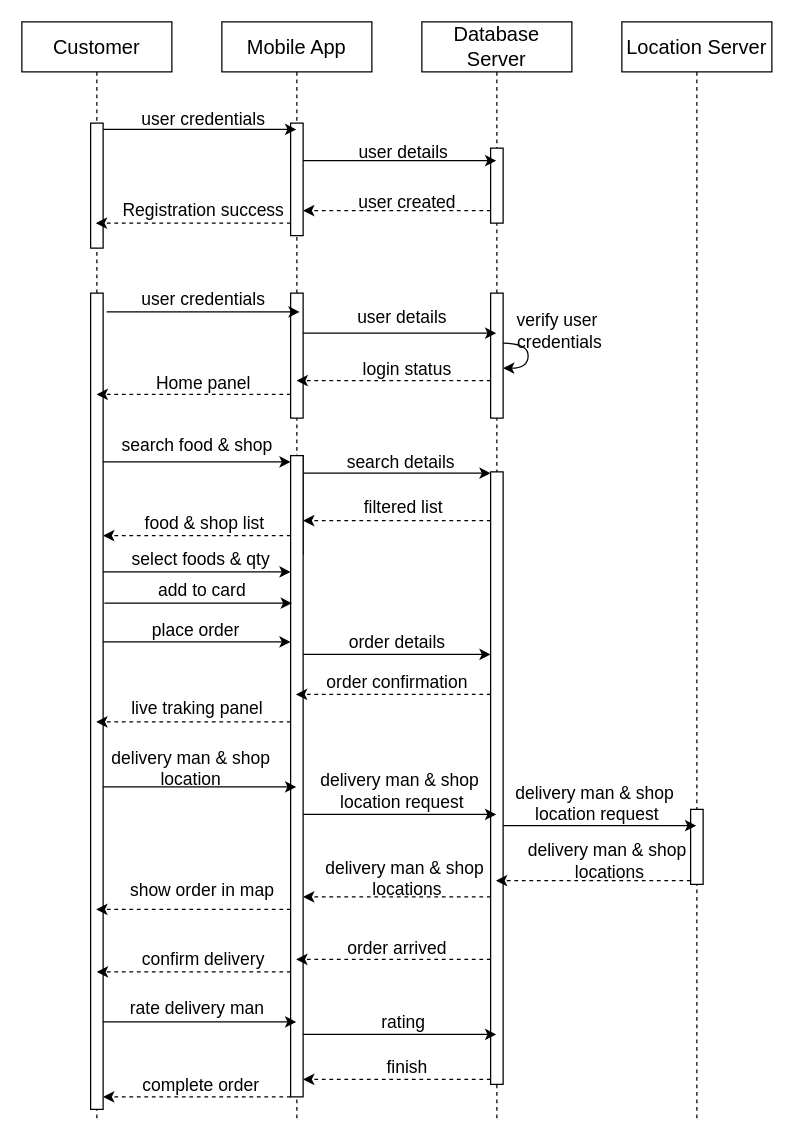
MR-FARVEES/system-design-assignment keeps this draw.io diagram as page "Sequence for Customer" (1 of 2) of Squence.dio. Above is the earlier version. Source tidied: cells renumbered, new cells numbered last; positions are measured from the earlier drawing's top-left corner, leaving out a move shared by most shapes. Both pictures are drawn from the tidied source at 125%, with x=0, y=0 at pixel (21, 21).
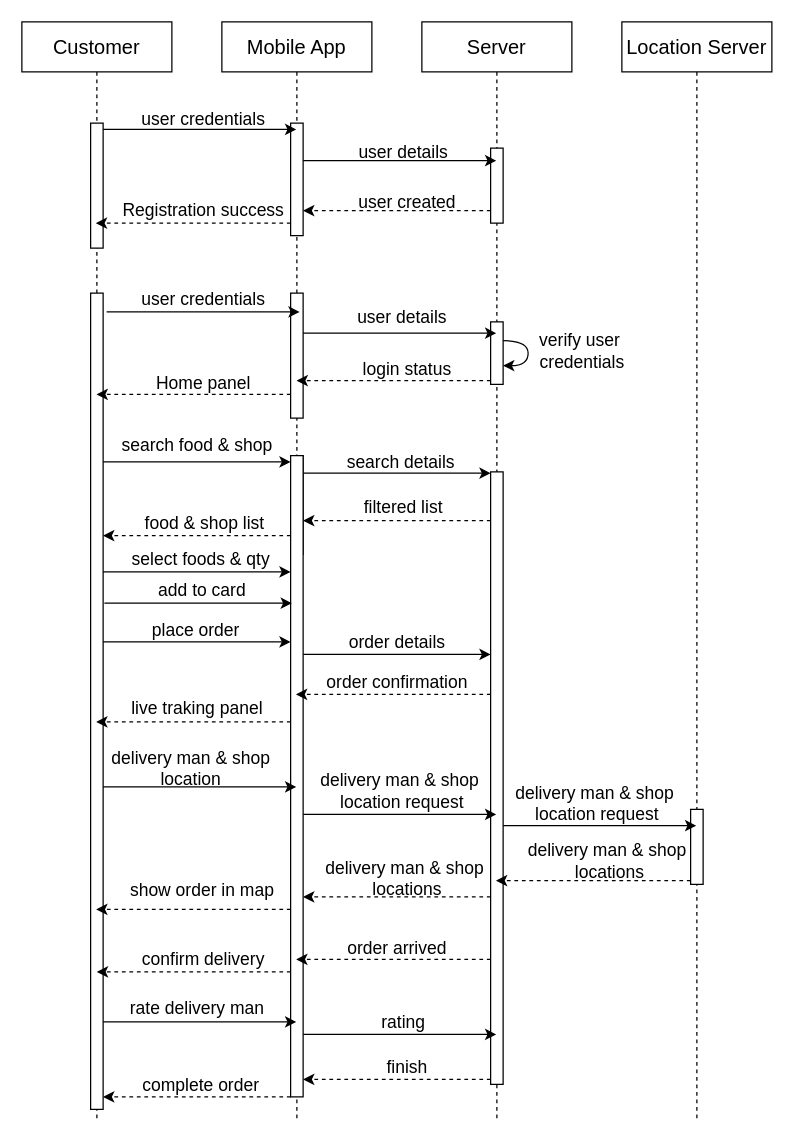
Above is the later version.

Commit message:
seller sequence

Change to the diagram source:
```diff
@@
-    <mxCell id="5" value="&lt;div&gt;Database&lt;/div&gt;Server" style="shape=umlLifeline;perimeter=lifelinePerimeter;whiteSpace=wrap;html=1;newEdgeStyle={&quot;edgeStyle&quot;:&quot;elbowEdgeStyle&quot;,&quot;elbow&quot;:&quot;vertical&quot;,&quot;curved&quot;:0,&quot;rounded&quot;:0};fontSize=16;" parent="1" vertex="1">
+    <mxCell id="5" value="&lt;div&gt;Server&lt;/div&gt;" style="shape=umlLifeline;perimeter=lifelinePerimeter;whiteSpace=wrap;html=1;newEdgeStyle={&quot;edgeStyle&quot;:&quot;elbowEdgeStyle&quot;,&quot;elbow&quot;:&quot;vertical&quot;,&quot;curved&quot;:0,&quot;rounded&quot;:0};fontSize=16;" parent="1" vertex="1">
       <mxGeometry x="320" width="120" height="880" as="geometry" />
     </mxCell>
@@
     <mxCell id="7" style="html=1;points=[[0,0,0,0,5],[0,1,0,0,-5],[1,0,0,0,5],[1,1,0,0,-5]];perimeter=orthogonalPerimeter;outlineConnect=0;targetShapes=umlLifeline;portConstraint=eastwest;newEdgeStyle={&quot;curved&quot;:0,&quot;rounded&quot;:0};fontSize=16;" parent="5" vertex="1">
-      <mxGeometry x="55" y="217" width="10" height="100" as="geometry" />
+      <mxGeometry x="55" y="240" width="10" height="50" as="geometry" />
     </mxCell>
@@
     <mxCell id="28" value="verify user&amp;nbsp;&lt;div&gt;credentials&lt;/div&gt;" style="text;html=1;align=center;verticalAlign=middle;strokeColor=none;fillColor=none;fontSize=14;" parent="1" vertex="1">
-      <mxGeometry x="385" y="222" width="90" height="50" as="geometry" />
+      <mxGeometry x="403" y="238" width="90" height="50" as="geometry" />
     </mxCell>
```
